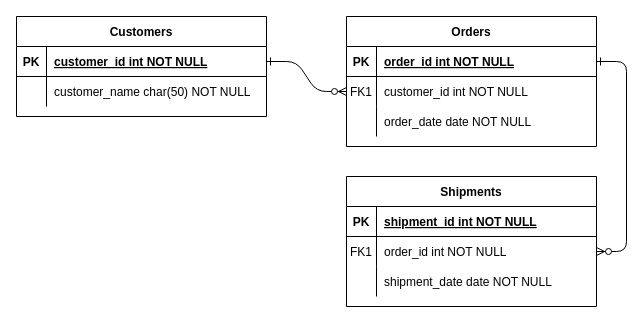
Above: 内容.drawio in xiaoyu1986/diagrams (draw.io), before the change. Source tidied: cells renumbered, new cells numbered last; positions are measured from the earlier drawing's top-left corner, leaving out a move shared by most shapes. Both pictures are drawn from the tidied source at 100%, with x=0, y=0 at pixel (16, 16).
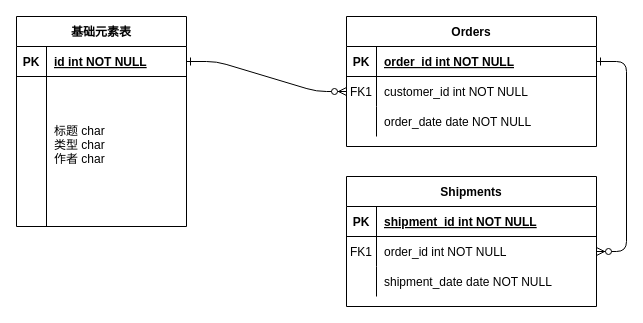
Above is the later version.

Diff of the diagram source:
```diff
@@
-    <mxCell id="24" value="Customers" style="shape=table;startSize=30;childLayout=tableLayout;rowLines=0;fontStyle=1;align=center;" parent="1" vertex="1">
-      <mxGeometry width="250" height="100" as="geometry" />
+    <mxCell id="24" value="基础元素表" style="shape=table;startSize=30;childLayout=tableLayout;rowLines=0;fontStyle=1;align=center;" parent="1" vertex="1">
+      <mxGeometry width="170" height="210" as="geometry" />
     </mxCell>
     <mxCell id="25" style="shape=partialRectangle;fillColor=none;points=[[0,0.5],[1,0.5]];portConstraint=eastwest;top=0;left=0;right=0;bottom=1;" parent="24" vertex="1">
-      <mxGeometry y="30" width="250" height="30" as="geometry" />
+      <mxGeometry y="30" width="170" height="30" as="geometry" />
     </mxCell>
@@
-    <mxCell id="27" value="customer_id int NOT NULL " style="shape=partialRectangle;overflow=hidden;fillColor=none;top=0;left=0;bottom=0;right=0;align=left;spacingLeft=6;fontStyle=5;" parent="25" vertex="1">
-      <mxGeometry x="30" width="220" height="30" as="geometry" />
+    <mxCell id="27" value="id int NOT NULL " style="shape=partialRectangle;overflow=hidden;fillColor=none;top=0;left=0;bottom=0;right=0;align=left;spacingLeft=6;fontStyle=5;" parent="25" vertex="1">
+      <mxGeometry x="30" width="140" height="30" as="geometry" />
     </mxCell>
     <mxCell id="28" style="shape=partialRectangle;fillColor=none;top=0;left=0;right=0;bottom=0;" parent="24" vertex="1">
-      <mxGeometry y="60" width="250" height="30" as="geometry" />
+      <mxGeometry y="60" width="170" height="150" as="geometry" />
     </mxCell>
     <mxCell id="29" style="shape=partialRectangle;overflow=hidden;fillColor=none;top=0;left=0;bottom=0;right=0;" parent="28" vertex="1">
-      <mxGeometry width="30" height="30" as="geometry" />
+      <mxGeometry width="30" height="150" as="geometry" />
     </mxCell>
-    <mxCell id="30" value="customer_name char(50) NOT NULL" style="shape=partialRectangle;overflow=hidden;fillColor=none;top=0;left=0;bottom=0;right=0;align=left;spacingLeft=6;" parent="28" vertex="1">
-      <mxGeometry x="30" width="220" height="30" as="geometry" />
+    <mxCell id="30" value="标题 char&#10;类型 char&#10;作者 char&#10;" style="shape=partialRectangle;overflow=hidden;fillColor=none;top=0;left=0;bottom=0;right=0;align=left;spacingLeft=6;" parent="28" vertex="1">
+      <mxGeometry x="30" width="140" height="150" as="geometry" />
     </mxCell>
```
